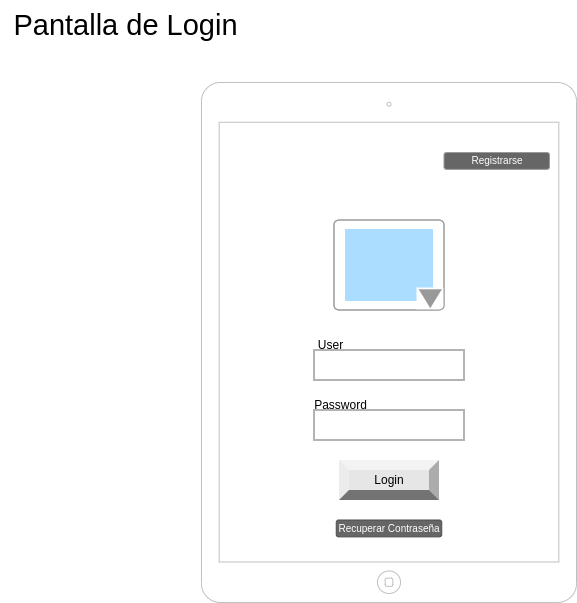
Before: images/Pantallas.png, a diagram exported from draw.io (eduardosmoralesglez/diario-del-cazador-mhw). Source tidied: cells renumbered, new cells last; positions are measured from the earlier drawing's top-left corner, leaving out a move shared by most shapes. Its diagram source:
```xml
<mxGraphModel>
  <root>
    <mxCell id="0" />
    <mxCell id="1" parent="0" />
    <mxCell id="2" style="html=1;verticalLabelPosition=bottom;labelBackgroundColor=#ffffff;verticalAlign=top;shadow=0;dashed=0;strokeWidth=1;shape=mxgraph.ios7.misc.ipad10inch;strokeColor=#c0c0c0;" parent="1" vertex="1">
      <mxGeometry x="201" y="82" width="375" height="520" as="geometry" />
    </mxCell>
    <mxCell id="3" style="verticalLabelPosition=bottom;shadow=0;dashed=0;align=center;html=1;verticalAlign=top;strokeWidth=1;shape=mxgraph.mockup.forms.colorPicker;chosenColor=#aaddff;" parent="1" vertex="1">
      <mxGeometry x="333.5" y="219.5" width="110" height="90" as="geometry" />
    </mxCell>
    <mxCell id="4" style="strokeWidth=1;shadow=0;dashed=0;align=center;html=1;shape=mxgraph.mockup.text.textBox;fontColor=#666666;align=left;fontSize=17;spacingLeft=4;spacingTop=-3;whiteSpace=wrap;strokeColor=#666666;mainText=;" parent="1" vertex="1">
      <mxGeometry x="313.5" y="349.5" width="150" height="30" as="geometry" />
    </mxCell>
    <mxCell id="5" style="strokeWidth=1;shadow=0;dashed=0;align=center;html=1;shape=mxgraph.mockup.text.textBox;fontColor=#666666;align=left;fontSize=17;spacingLeft=4;spacingTop=-3;whiteSpace=wrap;strokeColor=#666666;mainText=;" parent="1" vertex="1">
      <mxGeometry x="313.5" y="409.5" width="150" height="30" as="geometry" />
    </mxCell>
    <mxCell id="6" value="Login" style="labelPosition=center;verticalLabelPosition=middle;align=center;html=1;shape=mxgraph.basic.shaded_button;dx=10;fillColor=#E6E6E6;strokeColor=none;whiteSpace=wrap;" parent="1" vertex="1">
      <mxGeometry x="338.5" y="459.5" width="100" height="40" as="geometry" />
    </mxCell>
    <mxCell id="7" value="Recuperar Contraseña" style="rounded=1;html=1;shadow=0;dashed=0;whiteSpace=wrap;fontSize=10;fillColor=#666666;align=center;strokeColor=#4D4D4D;fontColor=#ffffff;" parent="1" vertex="1">
      <mxGeometry x="335.8" y="519.5" width="105.5" height="16.9" as="geometry" />
    </mxCell>
    <mxCell id="8" value="Registrarse" style="rounded=1;html=1;shadow=0;dashed=0;whiteSpace=wrap;fontSize=10;fillColor=#666666;align=center;strokeColor=#999999;fontColor=#ffffff;" parent="1" vertex="1">
      <mxGeometry x="443.5" y="152" width="105.5" height="16.9" as="geometry" />
    </mxCell>
    <mxCell id="9" value="User" style="text;html=1;align=center;verticalAlign=middle;strokeColor=none;fillColor=none;" parent="1" vertex="1">
      <mxGeometry x="304.5" y="329.5" width="50" height="30" as="geometry" />
    </mxCell>
    <mxCell id="10" value="Password" style="text;html=1;align=center;verticalAlign=middle;strokeColor=none;fillColor=none;" parent="1" vertex="1">
      <mxGeometry x="299.5" y="389.5" width="80" height="30" as="geometry" />
    </mxCell>
    <mxCell id="11" value="&lt;font style=&quot;font-size: 29px;&quot;&gt;Pantalla de Login&lt;/font&gt;" style="text;html=1;align=center;verticalAlign=middle;strokeColor=none;fillColor=none;" parent="1" vertex="1">
      <mxGeometry width="250" height="50" as="geometry" />
    </mxCell>
  </root>
</mxGraphModel>
```
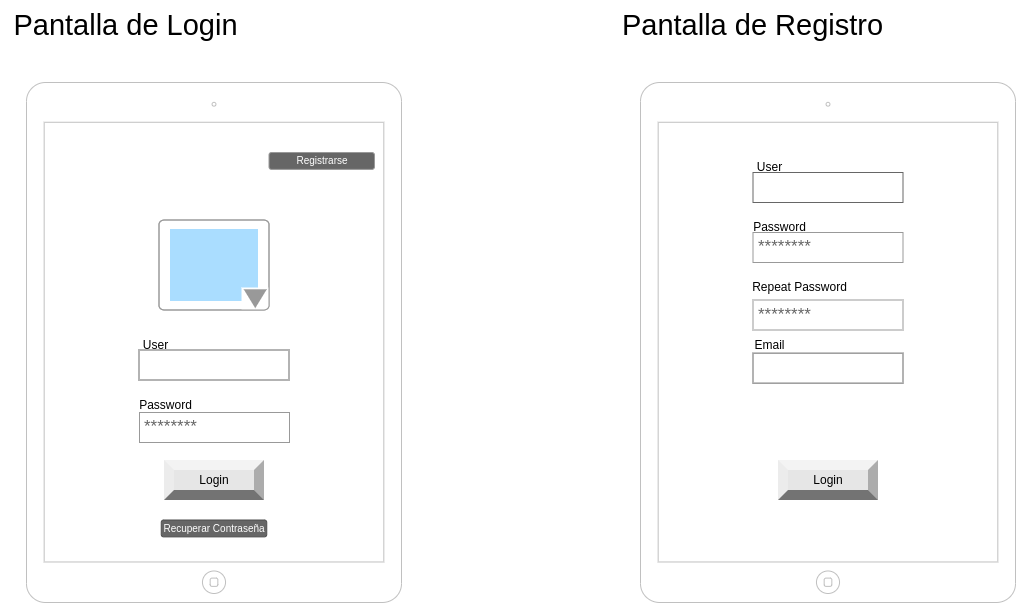
After the commit.

Commit message:
Actualizar Pantallas.png, Se añade la pantalla de Registro

Change to the diagram source:
```diff
@@ -11,9 +11,6 @@
     <mxCell id="4" style="strokeWidth=1;shadow=0;dashed=0;align=center;html=1;shape=mxgraph.mockup.text.textBox;fontColor=#666666;align=left;fontSize=17;spacingLeft=4;spacingTop=-3;whiteSpace=wrap;strokeColor=#666666;mainText=;" parent="1" vertex="1">
       <mxGeometry x="313.5" y="349.5" width="150" height="30" as="geometry" />
     </mxCell>
-    <mxCell id="5" style="strokeWidth=1;shadow=0;dashed=0;align=center;html=1;shape=mxgraph.mockup.text.textBox;fontColor=#666666;align=left;fontSize=17;spacingLeft=4;spacingTop=-3;whiteSpace=wrap;strokeColor=#666666;mainText=;" parent="1" vertex="1">
-      <mxGeometry x="313.5" y="409.5" width="150" height="30" as="geometry" />
-    </mxCell>
     <mxCell id="6" value="Login" style="labelPosition=center;verticalLabelPosition=middle;align=center;html=1;shape=mxgraph.basic.shaded_button;dx=10;fillColor=#E6E6E6;strokeColor=none;whiteSpace=wrap;" parent="1" vertex="1">
       <mxGeometry x="338.5" y="459.5" width="100" height="40" as="geometry" />
     </mxCell>
@@ -30,7 +27,43 @@
       <mxGeometry x="299.5" y="389.5" width="80" height="30" as="geometry" />
     </mxCell>
     <mxCell id="11" value="&lt;font style=&quot;font-size: 29px;&quot;&gt;Pantalla de Login&lt;/font&gt;" style="text;html=1;align=center;verticalAlign=middle;strokeColor=none;fillColor=none;" parent="1" vertex="1">
-      <mxGeometry width="250" height="50" as="geometry" />
+      <mxGeometry x="175" width="250" height="50" as="geometry" />
     </mxCell>
+    <mxCell id="12" style="html=1;verticalLabelPosition=bottom;labelBackgroundColor=#ffffff;verticalAlign=top;shadow=0;dashed=0;strokeWidth=1;shape=mxgraph.ios7.misc.ipad10inch;strokeColor=#c0c0c0;" parent="1" vertex="1">
+      <mxGeometry x="815" y="82" width="375" height="520" as="geometry" />
+    </mxCell>
+    <mxCell id="13" style="strokeWidth=1;shadow=0;dashed=0;align=center;html=1;shape=mxgraph.mockup.text.textBox;fontColor=#666666;align=left;fontSize=17;spacingLeft=4;spacingTop=-3;whiteSpace=wrap;strokeColor=#666666;mainText=;" parent="1" vertex="1">
+      <mxGeometry x="927.5" y="172" width="150" height="30" as="geometry" />
+    </mxCell>
+    <mxCell id="14" value="Login" style="labelPosition=center;verticalLabelPosition=middle;align=center;html=1;shape=mxgraph.basic.shaded_button;dx=10;fillColor=#E6E6E6;strokeColor=none;whiteSpace=wrap;" parent="1" vertex="1">
+      <mxGeometry x="952.5" y="459.5" width="100" height="40" as="geometry" />
+    </mxCell>
+    <mxCell id="15" value="User" style="text;html=1;align=center;verticalAlign=middle;strokeColor=none;fillColor=none;" parent="1" vertex="1">
+      <mxGeometry x="918.5" y="152" width="50" height="30" as="geometry" />
+    </mxCell>
+    <mxCell id="16" value="Password" style="text;html=1;align=center;verticalAlign=middle;strokeColor=none;fillColor=none;" parent="1" vertex="1">
+      <mxGeometry x="913.5" y="212" width="80" height="30" as="geometry" />
+    </mxCell>
+    <mxCell id="17" value="&lt;font style=&quot;font-size: 29px;&quot;&gt;Pantalla de Registro&lt;/font&gt;" style="text;html=1;align=center;verticalAlign=middle;strokeColor=none;fillColor=none;" parent="1" vertex="1">
+      <mxGeometry x="787" width="280" height="50" as="geometry" />
+    </mxCell>
+    <mxCell id="18" style="strokeWidth=1;shadow=0;dashed=0;align=center;html=1;shape=mxgraph.mockup.text.textBox;fontColor=#666666;align=left;fontSize=17;spacingLeft=4;spacingTop=-3;whiteSpace=wrap;strokeColor=#666666;mainText=;" parent="1" vertex="1">
+      <mxGeometry x="927.5" y="352.6" width="150" height="30" as="geometry" />
+    </mxCell>
+    <mxCell id="19" value="Email" style="text;html=1;align=center;verticalAlign=middle;strokeColor=none;fillColor=none;" parent="1" vertex="1">
+      <mxGeometry x="918.5" y="329.5" width="50" height="30" as="geometry" />
+    </mxCell>
+    <mxCell id="20" value="Repeat Password" style="text;html=1;align=center;verticalAlign=middle;strokeColor=none;fillColor=none;" parent="1" vertex="1">
+      <mxGeometry x="913.5" y="272" width="120" height="30" as="geometry" />
+    </mxCell>
+    <mxCell id="21" value="********" style="strokeWidth=1;shadow=0;dashed=0;align=center;html=1;shape=mxgraph.mockup.forms.pwField;strokeColor=#999999;mainText=;align=left;fontColor=#666666;fontSize=17;spacingLeft=3;" parent="1" vertex="1">
+      <mxGeometry x="314" y="412" width="150" height="30" as="geometry" />
+    </mxCell>
+    <mxCell id="22" value="********" style="strokeWidth=1;shadow=0;dashed=0;align=center;html=1;shape=mxgraph.mockup.forms.pwField;strokeColor=#999999;mainText=;align=left;fontColor=#666666;fontSize=17;spacingLeft=3;" parent="1" vertex="1">
+      <mxGeometry x="927.5" y="232" width="150" height="30" as="geometry" />
+    </mxCell>
+    <mxCell id="23" value="********" style="strokeWidth=1;shadow=0;dashed=0;align=center;html=1;shape=mxgraph.mockup.forms.pwField;strokeColor=#999999;mainText=;align=left;fontColor=#666666;fontSize=17;spacingLeft=3;" parent="1" vertex="1">
+      <mxGeometry x="927.5" y="299.5" width="150" height="30" as="geometry" />
+    </mxCell>
   </root>
 </mxGraphModel>
```
